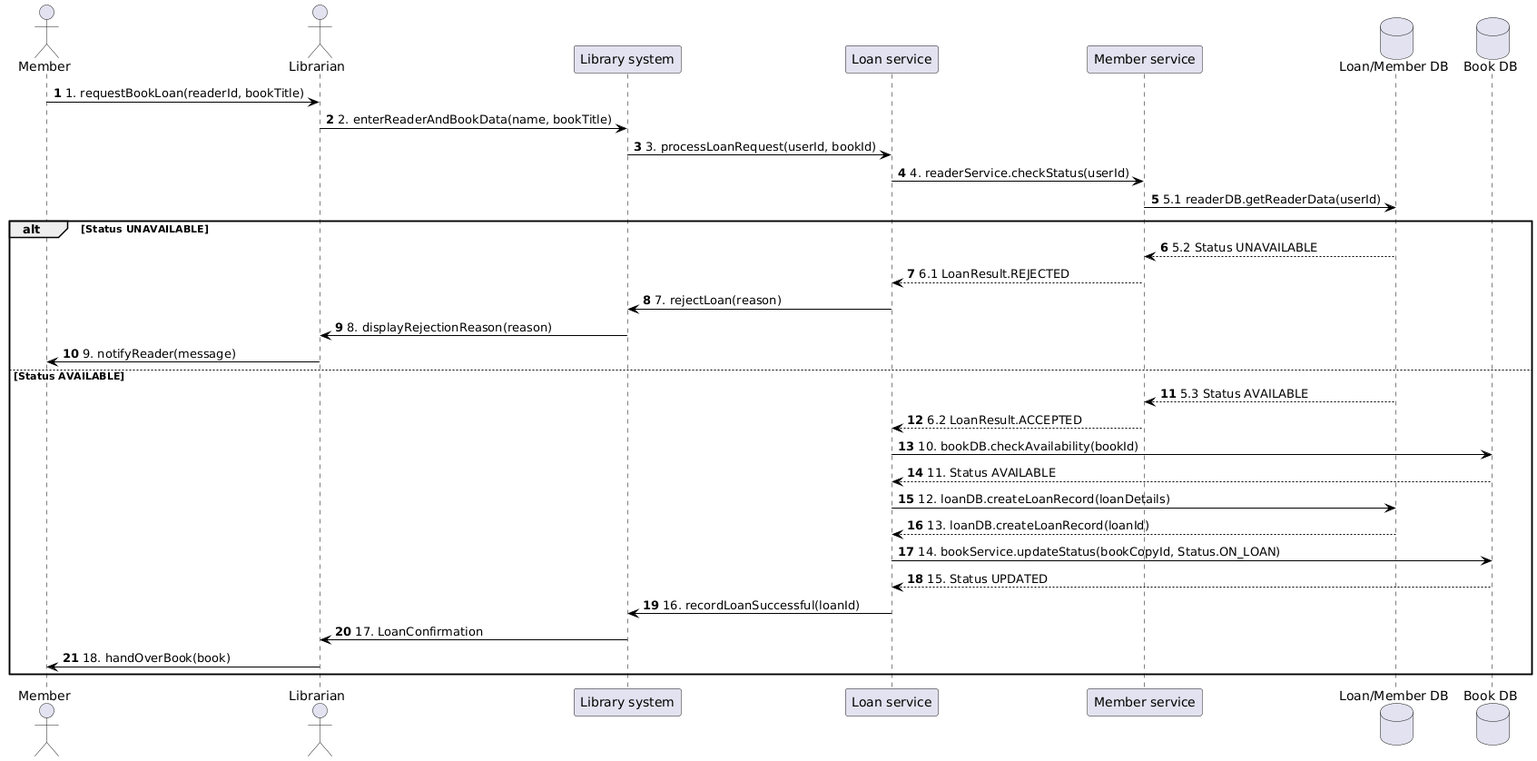
This is Lab3/PlantUML_3.png from DenysP21/Labs_KPI_2, a PlantUML export, as it was before one commit. Source of this version:
```plantuml
@startuml
actor Member
actor Librarian

participant "Library system" as LS
participant "Loan service" as LNS
participant "Member service" as MS
database "Loan/Member DB" as LMDB
database "Book DB" as BDB

skinparam sequence {
    LifeLineBorderColor black
    ArrowColor black
}

autonumber

Member -> Librarian : 1. requestBookLoan(readerId, bookTitle)
Librarian -> LS : 2. enterReaderAndBookData(name, bookTitle)
LS -> LNS : 3. processLoanRequest(userId, bookId)
LNS -> MS : 4. readerService.checkStatus(userId)
MS -> LMDB : 5.1 readerDB.getReaderData(userId)

alt Status UNAVAILABLE
    LMDB --> MS : 5.2 Status UNAVAILABLE
    MS --> LNS : 6.1 LoanResult.REJECTED
    LNS -> LS : 7. rejectLoan(reason)
    LS -> Librarian : 8. displayRejectionReason(reason)
    Librarian -> Member : 9. notifyReader(message)

else Status AVAILABLE
    LMDB --> MS : 5.3 Status AVAILABLE
    MS --> LNS : 6.2 LoanResult.ACCEPTED

    LNS -> BDB : 10. bookDB.checkAvailability(bookId)
    BDB --> LNS : 11. Status AVAILABLE

    LNS -> LMDB : 12. loanDB.createLoanRecord(loanDetails)
    LMDB --> LNS : 13. loanDB.createLoanRecord(loanId)

    LNS -> BDB : 14. bookService.updateStatus(bookCopyId, Status.ON_LOAN)
    BDB --> LNS : 15. Status UPDATED

    LNS -> LS : 16. recordLoanSuccessful(loanId)
    LS -> Librarian : 17. LoanConfirmation
    Librarian -> Member : 18. handOverBook(book)
end
@enduml
```
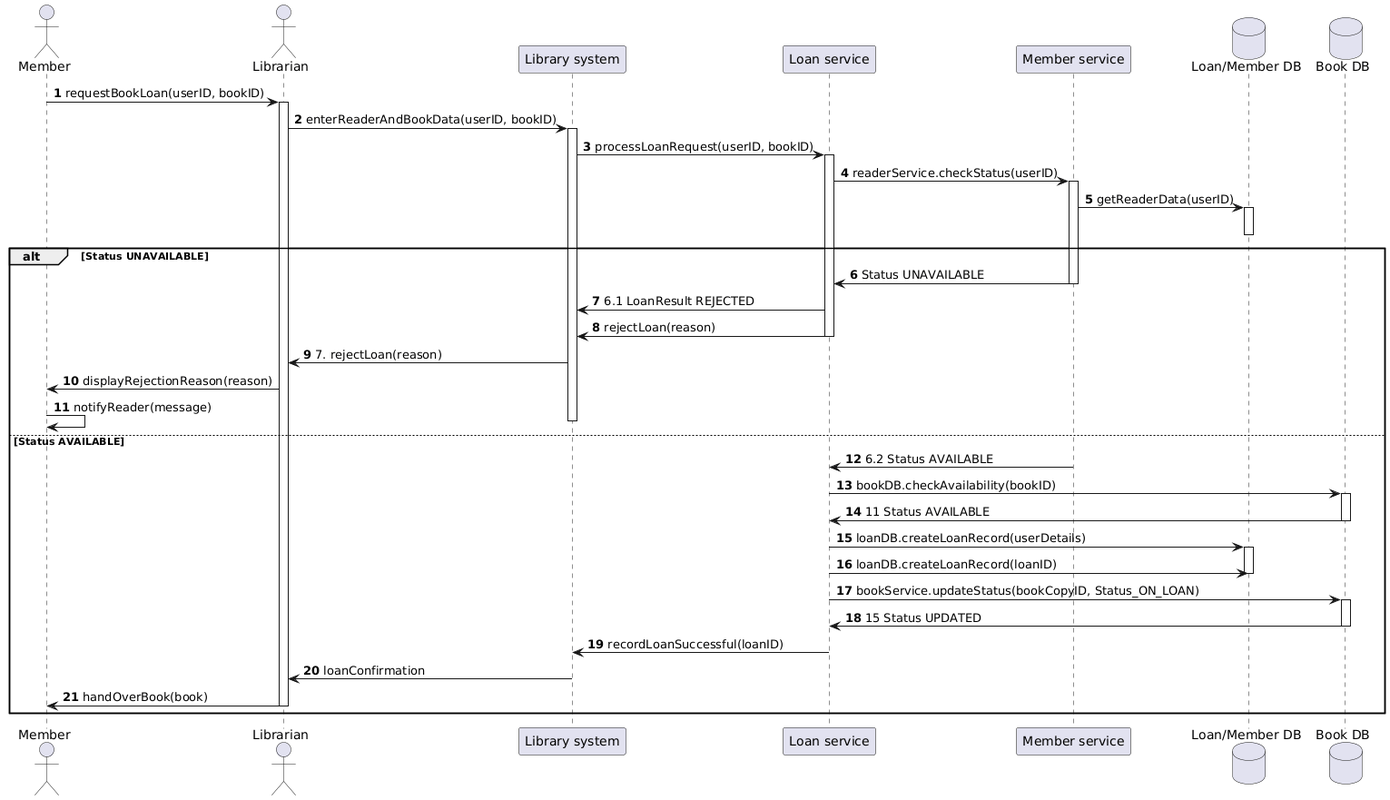
After the commit.

The edit, as a diff of the source:
```diff
@@ -1,48 +1,56 @@
 @startuml
+autonumber
+
 actor Member
 actor Librarian
-
 participant "Library system" as LS
-participant "Loan service" as LNS
+participant "Loan service" as LoS
 participant "Member service" as MS
-database "Loan/Member DB" as LMDB
+database "Loan/Member DB" as LDB
 database "Book DB" as BDB
 
-skinparam sequence {
-    LifeLineBorderColor black
-    ArrowColor black
-}
-
-autonumber
-
-Member -> Librarian : 1. requestBookLoan(readerId, bookTitle)
-Librarian -> LS : 2. enterReaderAndBookData(name, bookTitle)
-LS -> LNS : 3. processLoanRequest(userId, bookId)
-LNS -> MS : 4. readerService.checkStatus(userId)
-MS -> LMDB : 5.1 readerDB.getReaderData(userId)
+Member -> Librarian: requestBookLoan(userID, bookID)
+activate Librarian
+Librarian -> LS: enterReaderAndBookData(userID, bookID)
+activate LS
+LS -> LoS: processLoanRequest(userID, bookID)
+activate LoS
+LoS -> MS: readerService.checkStatus(userID)
+activate MS
+MS -> LDB: getReaderData(userID)
+activate LDB
+deactivate LDB
 
 alt Status UNAVAILABLE
-    LMDB --> MS : 5.2 Status UNAVAILABLE
-    MS --> LNS : 6.1 LoanResult.REJECTED
-    LNS -> LS : 7. rejectLoan(reason)
-    LS -> Librarian : 8. displayRejectionReason(reason)
-    Librarian -> Member : 9. notifyReader(message)
-
+    MS -> LoS: Status UNAVAILABLE
+    deactivate MS
+    LoS -> LS: 6.1 LoanResult REJECTED
+    LoS -> LS: rejectLoan(reason)
+    deactivate LoS
+    LS -> Librarian: 7. rejectLoan(reason)
+    Librarian -> Member: displayRejectionReason(reason)
+    Member -> Member: notifyReader(message)
+    deactivate LS
 else Status AVAILABLE
-    LMDB --> MS : 5.3 Status AVAILABLE
-    MS --> LNS : 6.2 LoanResult.ACCEPTED
-
-    LNS -> BDB : 10. bookDB.checkAvailability(bookId)
-    BDB --> LNS : 11. Status AVAILABLE
-
-    LNS -> LMDB : 12. loanDB.createLoanRecord(loanDetails)
-    LMDB --> LNS : 13. loanDB.createLoanRecord(loanId)
-
-    LNS -> BDB : 14. bookService.updateStatus(bookCopyId, Status.ON_LOAN)
-    BDB --> LNS : 15. Status UPDATED
-
-    LNS -> LS : 16. recordLoanSuccessful(loanId)
-    LS -> Librarian : 17. LoanConfirmation
-    Librarian -> Member : 18. handOverBook(book)
+    MS -> LoS: 6.2 Status AVAILABLE
+    deactivate MS
+    LoS -> BDB: bookDB.checkAvailability(bookID)
+    activate BDB
+    BDB -> LoS: 11 Status AVAILABLE
+    deactivate BDB
+    LoS -> LDB: loanDB.createLoanRecord(userDetails)
+    activate LDB
+    LoS -> LDB: loanDB.createLoanRecord(loanID)
+    deactivate LDB
+    LoS -> BDB: bookService.updateStatus(bookCopyID, Status_ON_LOAN)
+    activate BDB
+    BDB -> LoS: 15 Status UPDATED
+    deactivate BDB
+    LoS -> LS: recordLoanSuccessful(loanID)
+    deactivate LoS
+    LS -> Librarian: loanConfirmation
+    deactivate LS
+    Librarian -> Member: handOverBook(book)
+    deactivate Librarian
 end
 @enduml
```
